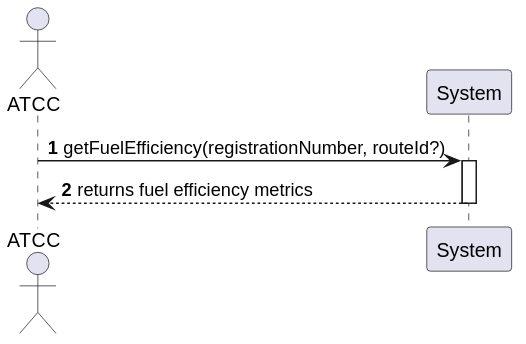
This is docs/system-documentation/use-cases/BONUS/US227/svg/ssd_us227.svg from VascoMagolo/psoft_1231562_1241692_1242036_2db, a PlantUML export, as it was before one commit.
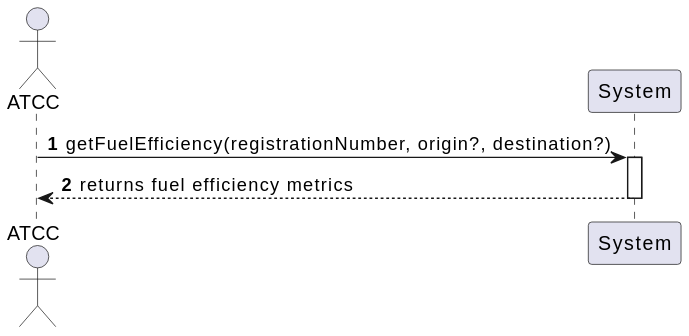
The same diagram one commit later.

Commit message:
fix: update US227 docs and Postman to use origin/destination instead of routeId

Change to the diagram source:
```diff
@@ -2,7 +2,7 @@
 autonumber
 actor "ATCC" as Actor
 participant "System" as Sys
-Actor -> Sys : getFuelEfficiency(registrationNumber, routeId?)
+Actor -> Sys : getFuelEfficiency(registrationNumber, origin?, destination?)
 activate Sys
 Sys --> Actor : returns fuel efficiency metrics
 deactivate Sys
```
